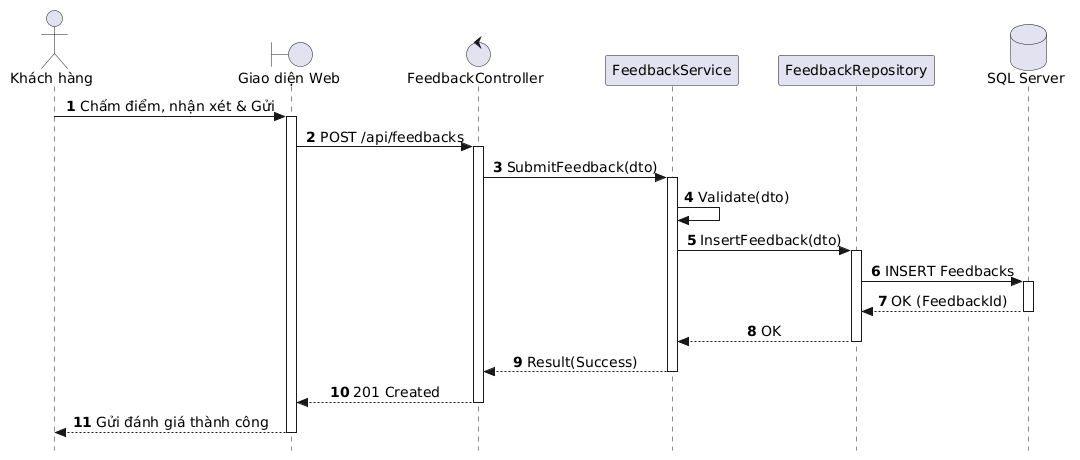
Earlier version of the PlantUML export out/docs/puml/sequences/SD_UC_U4_Submit_Feedback/SD_UC_U4_Submit_Feedback.png (AndrewQng/VinDining).
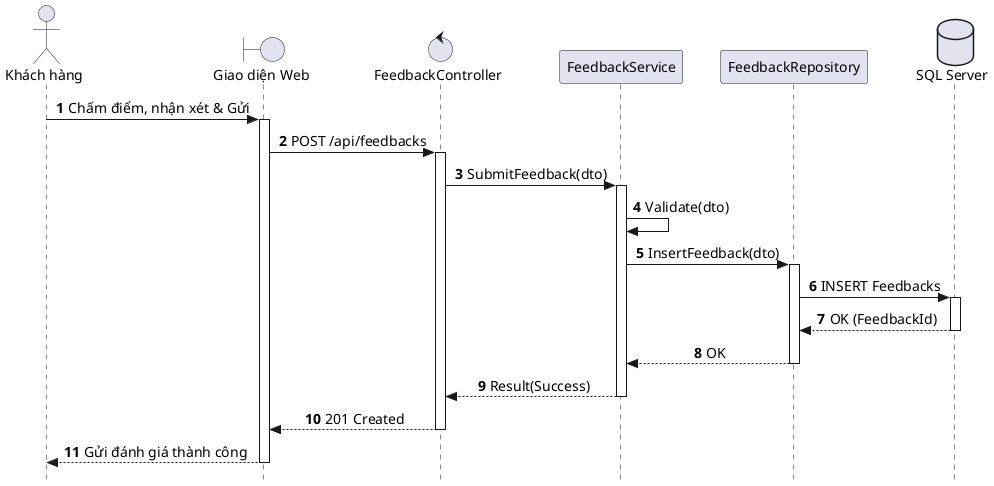
Above is the later version.

The edit, as a diff of the source:
```diff
@@ -1,4 +1,4 @@
-@startuml
+@startuml SD_UC_U4_Submit_Feedback
 autonumber
 skinparam style strictuml
 skinparam sequenceMessageAlign center
@@ -43,4 +43,5 @@
 
 UI --> Guest: Gửi đánh giá thành công
 deactivate UI
+
 @enduml
```
